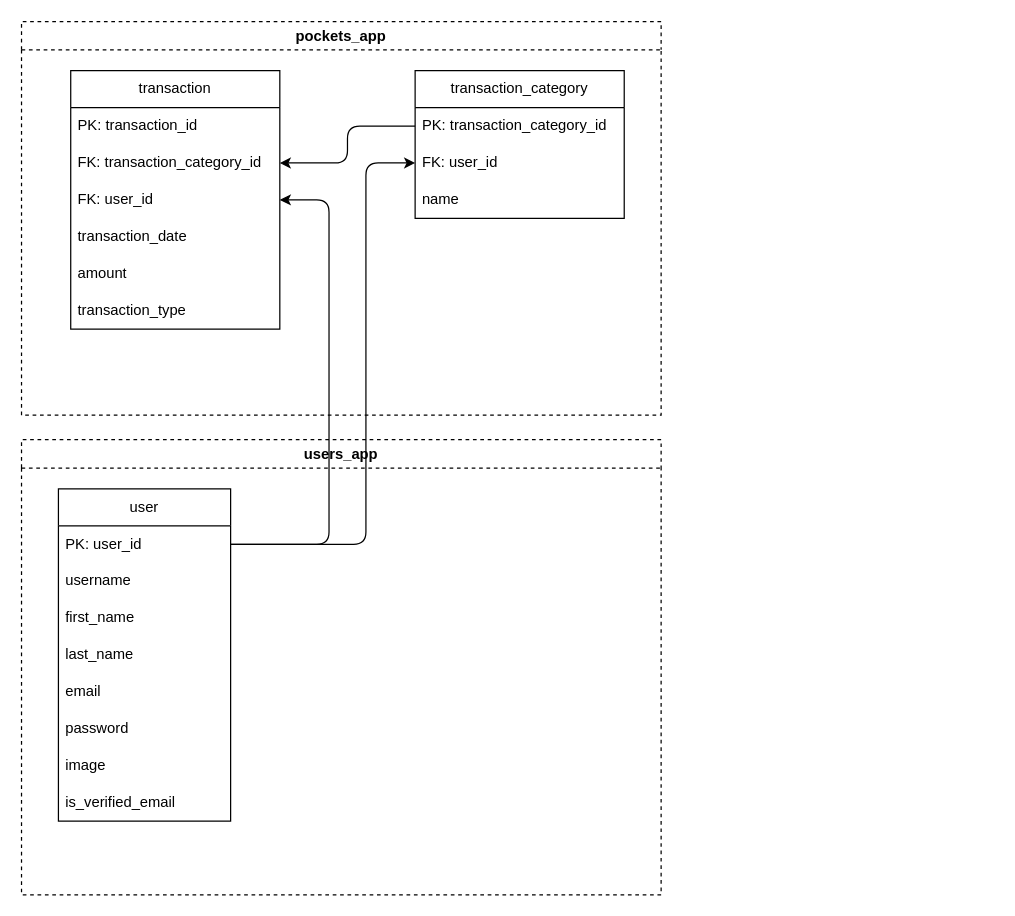
The draw.io diagram pockets_db.drawio in sharvadim07/pockets, before the edit. Source tidied: cells renumbered, new cells numbered last; positions are measured from the earlier drawing's top-left corner, leaving out a move shared by most shapes. Both pictures are drawn from the tidied source at 123%, with x=0, y=0 at pixel (21, 21).
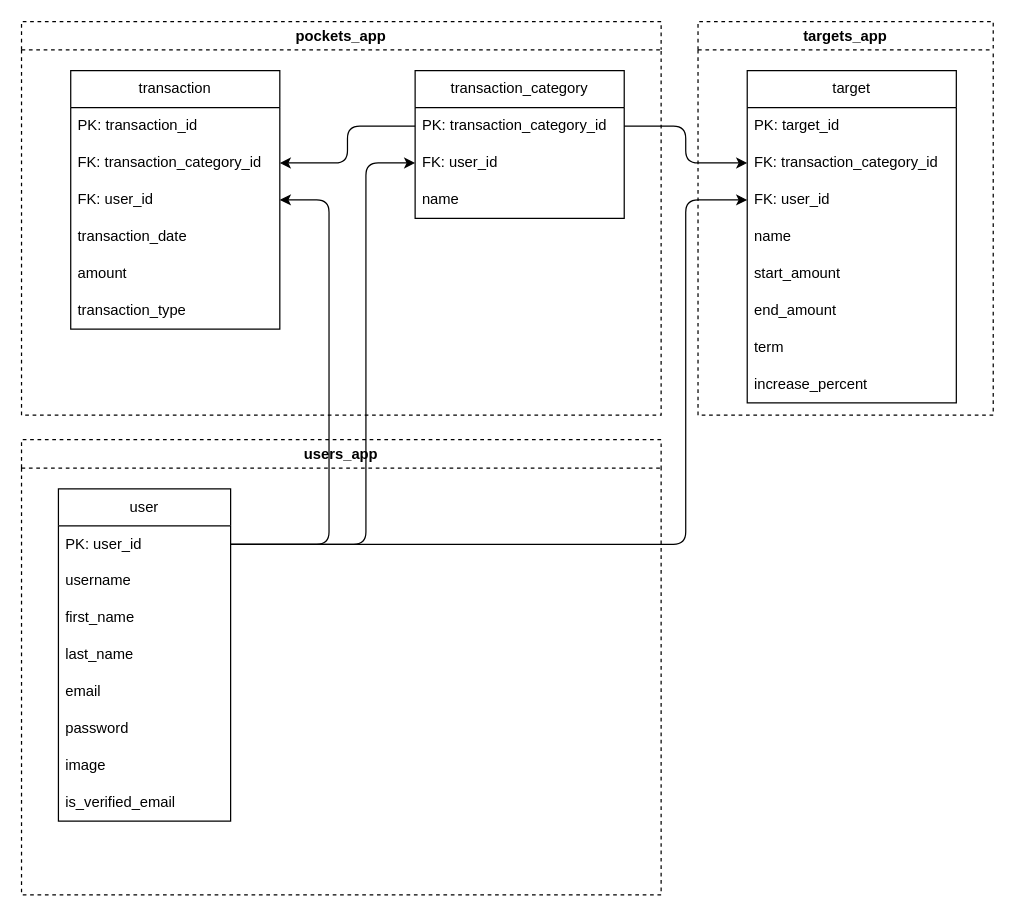
After the change.

Commit message (it also covers changes not shown here):
Create new app targets

The change refers to these unchanged cells:
```xml
<mxCell id="4" value="PK: user_id" style="text;strokeColor=none;fillColor=none;align=left;verticalAlign=middle;spacingLeft=4;spacingRight=4;overflow=hidden;points=[[0,0.5],[1,0.5]];portConstraint=eastwest;whiteSpace=wrap;html=1;" parent="3" vertex="1">
  <mxGeometry y="30" width="140" height="30" as="geometry" />
</mxCell>
<mxCell id="21" value="PK: transaction_category_id" style="text;strokeColor=none;fillColor=none;align=left;verticalAlign=middle;spacingLeft=4;spacingRight=4;overflow=hidden;points=[[0,0.5],[1,0.5]];portConstraint=eastwest;whiteSpace=wrap;html=1;" parent="20" vertex="1">
  <mxGeometry y="30" width="170" height="30" as="geometry" />
</mxCell>
```

Change to the diagram source:
```diff
@@
+    <mxCell id="27" value="targets_app" style="swimlane;whiteSpace=wrap;html=1;dashed=1;" parent="1" vertex="1">
+      <mxGeometry x="550" width="240" height="320" as="geometry" />
+    </mxCell>
+    <mxCell id="28" value="target" style="swimlane;fontStyle=0;horizontal=1;startSize=30;whiteSpace=wrap;html=1;" parent="27" vertex="1">
+      <mxGeometry x="40" y="40" width="170" height="270" as="geometry" />
+    </mxCell>
+    <mxCell id="29" value="PK: target_id" style="text;strokeColor=none;fillColor=none;align=left;verticalAlign=middle;spacingLeft=4;spacingRight=4;overflow=hidden;whiteSpace=wrap;html=1;" parent="28" vertex="1">
+      <mxGeometry y="30" width="170" height="30" as="geometry" />
+    </mxCell>
+    <mxCell id="30" value="FK: transaction_category_id" style="text;strokeColor=none;fillColor=none;align=left;verticalAlign=middle;spacingLeft=4;spacingRight=4;overflow=hidden;points=[[0,0.5],[1,0.5]];portConstraint=eastwest;whiteSpace=wrap;html=1;" parent="28" vertex="1">
+      <mxGeometry y="60" width="170" height="30" as="geometry" />
+    </mxCell>
+    <mxCell id="31" value="FK: user_id" style="text;strokeColor=none;fillColor=none;align=left;verticalAlign=middle;spacingLeft=4;spacingRight=4;overflow=hidden;points=[[0,0.5],[1,0.5]];portConstraint=eastwest;whiteSpace=wrap;html=1;" parent="28" vertex="1">
+      <mxGeometry y="90" width="170" height="30" as="geometry" />
+    </mxCell>
+    <mxCell id="32" value="name" style="text;strokeColor=none;fillColor=none;align=left;verticalAlign=middle;spacingLeft=4;spacingRight=4;overflow=hidden;whiteSpace=wrap;html=1;" parent="28" vertex="1">
+      <mxGeometry y="120" width="170" height="30" as="geometry" />
+    </mxCell>
+    <mxCell id="33" value="start_amount" style="text;strokeColor=none;fillColor=none;align=left;verticalAlign=middle;spacingLeft=4;spacingRight=4;overflow=hidden;whiteSpace=wrap;html=1;" parent="28" vertex="1">
+      <mxGeometry y="150" width="170" height="30" as="geometry" />
+    </mxCell>
+    <mxCell id="34" value="end_amount" style="text;strokeColor=none;fillColor=none;align=left;verticalAlign=middle;spacingLeft=4;spacingRight=4;overflow=hidden;whiteSpace=wrap;html=1;" parent="28" vertex="1">
+      <mxGeometry y="180" width="170" height="30" as="geometry" />
+    </mxCell>
+    <mxCell id="35" value="term" style="text;strokeColor=none;fillColor=none;align=left;verticalAlign=middle;spacingLeft=4;spacingRight=4;overflow=hidden;whiteSpace=wrap;html=1;" parent="28" vertex="1">
+      <mxGeometry y="210" width="170" height="30" as="geometry" />
+    </mxCell>
+    <mxCell id="36" value="increase_percent" style="text;strokeColor=none;fillColor=none;align=left;verticalAlign=middle;spacingLeft=4;spacingRight=4;overflow=hidden;whiteSpace=wrap;html=1;" parent="28" vertex="1">
+      <mxGeometry y="240" width="170" height="30" as="geometry" />
+    </mxCell>
+    <mxCell id="37" style="edgeStyle=orthogonalEdgeStyle;html=1;exitX=1;exitY=0.5;exitDx=0;exitDy=0;entryX=0;entryY=0.5;entryDx=0;entryDy=0;" parent="1" edge="1" source="4" target="31">
+      <mxGeometry relative="1" as="geometry">
+        <Array as="points">
+          <mxPoint x="540" y="425" />
+          <mxPoint x="540" y="145" />
+        </Array>
+      </mxGeometry>
+    </mxCell>
+    <mxCell id="38" style="edgeStyle=orthogonalEdgeStyle;html=1;exitX=1;exitY=0.5;exitDx=0;exitDy=0;entryX=0;entryY=0.5;entryDx=0;entryDy=0;" parent="1" edge="1" source="21" target="30">
+      <mxGeometry relative="1" as="geometry" />
+    </mxCell>
```
